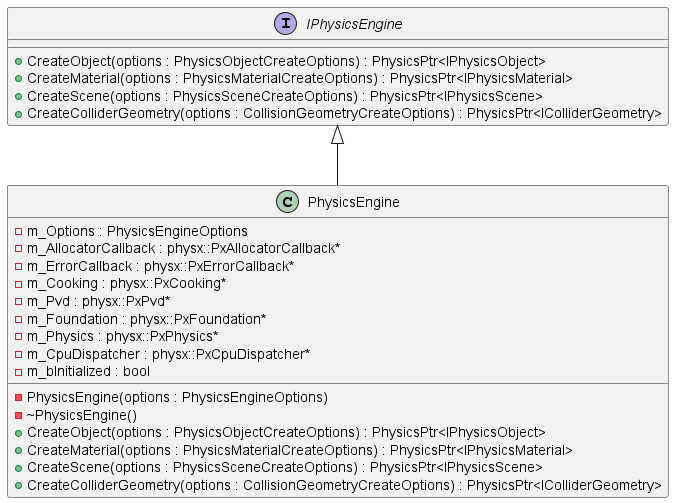
This is img/PhysicsEngineDiagram.png from hgl-pong/PhysXToy, a PlantUML export, as it was before one commit.
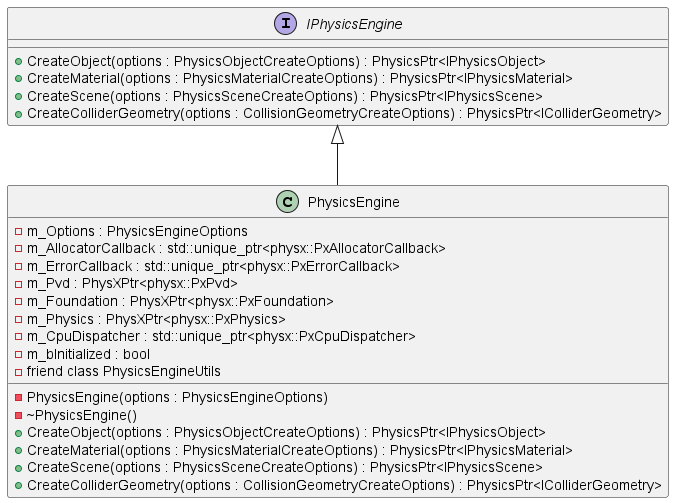
Above is the later version.

The edit, as a diff of the source:
```diff
@@ -15,14 +15,14 @@
   + CreateScene(options : PhysicsSceneCreateOptions) : PhysicsPtr<IPhysicsScene>
   + CreateColliderGeometry(options : CollisionGeometryCreateOptions) : PhysicsPtr<IColliderGeometry>
   - m_Options : PhysicsEngineOptions
-  - m_AllocatorCallback : physx::PxAllocatorCallback*
-  - m_ErrorCallback : physx::PxErrorCallback*
-  - m_Cooking : physx::PxCooking*
-  - m_Pvd : physx::PxPvd*
-  - m_Foundation : physx::PxFoundation*
-  - m_Physics : physx::PxPhysics*
-  - m_CpuDispatcher : physx::PxCpuDispatcher*
+  - m_AllocatorCallback : std::unique_ptr<physx::PxAllocatorCallback>
+  - m_ErrorCallback : std::unique_ptr<physx::PxErrorCallback>
+  - m_Pvd : PhysXPtr<physx::PxPvd>
+  - m_Foundation : PhysXPtr<physx::PxFoundation>
+  - m_Physics : PhysXPtr<physx::PxPhysics>
+  - m_CpuDispatcher : std::unique_ptr<physx::PxCpuDispatcher>
   - m_bInitialized : bool
+  - friend class PhysicsEngineUtils
 }
 
 IPhysicsEngine <|-- PhysicsEngine
```
